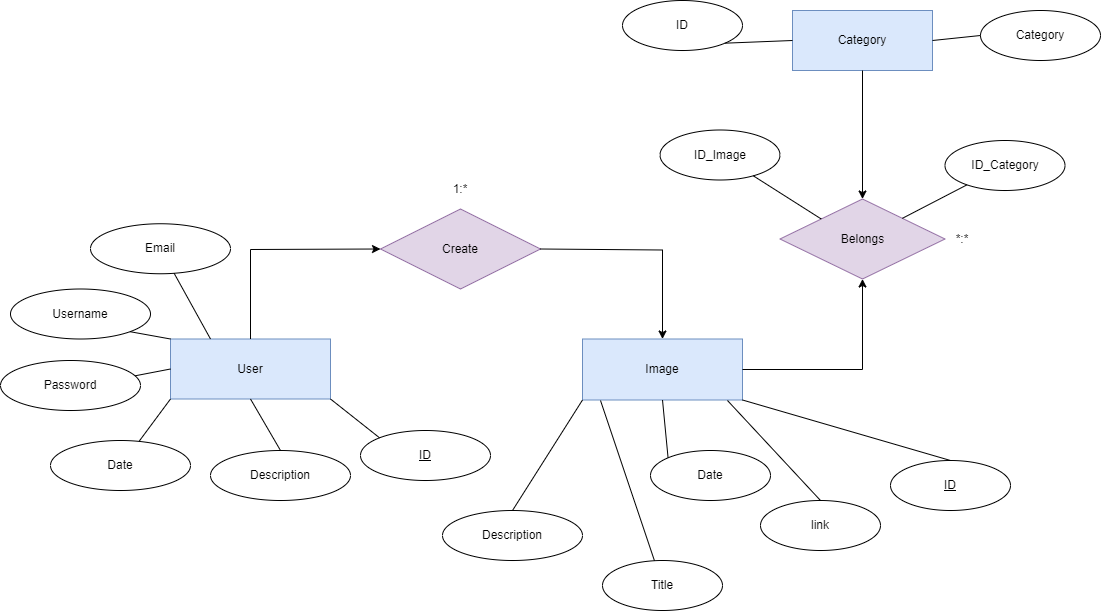
The draw.io diagram diagrams/calling-art-er-diagram.png in RicardoRobledo/calling-art-backend, before a commit. Source tidied: cells renumbered, new cells last; positions are measured from the earlier drawing's top-left corner, leaving out a move shared by most shapes.
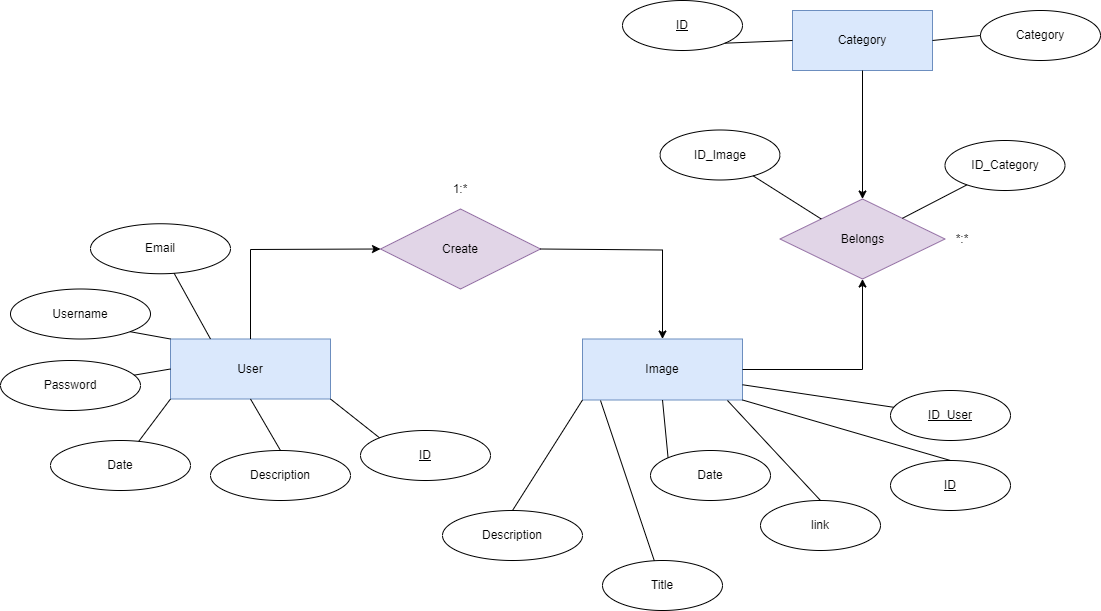
Later version of the same file.

Commit message:
feat(diagrams): 'calling-art-er-diagram' was updated

Diff of the diagram source:
```diff
@@ -83,7 +83,7 @@
     <mxCell id="24" style="endArrow=none;html=1;rounded=0;exitX=1;exitY=1;exitDx=0;exitDy=0;entryX=0;entryY=0;entryDx=0;entryDy=0;" parent="1" edge="1" source="2" target="23">
       <mxGeometry relative="1" as="geometry" />
     </mxCell>
-    <mxCell id="25" value="ID" style="ellipse;whiteSpace=wrap;html=1;" parent="1" vertex="1">
+    <mxCell id="25" value="&lt;u&gt;ID&lt;/u&gt;" style="ellipse;whiteSpace=wrap;html=1;" parent="1" vertex="1">
       <mxGeometry x="622" width="120" height="50" as="geometry" />
     </mxCell>
     <mxCell id="26" style="endArrow=none;html=1;rounded=0;entryX=1;entryY=1;entryDx=0;entryDy=0;exitX=0;exitY=0.5;exitDx=0;exitDy=0;" parent="1" edge="1" source="8" target="25">
@@ -139,5 +139,11 @@
     <mxCell id="42" style="endArrow=none;html=1;rounded=0;entryX=0;entryY=0;entryDx=0;entryDy=0;" parent="1" edge="1" source="39" target="11">
       <mxGeometry relative="1" as="geometry" />
     </mxCell>
+    <mxCell id="43" value="&lt;u&gt;ID_User&lt;/u&gt;" style="ellipse;whiteSpace=wrap;html=1;" parent="1" vertex="1">
+      <mxGeometry x="890" y="390" width="120" height="50" as="geometry" />
+    </mxCell>
+    <mxCell id="44" style="endArrow=none;html=1;rounded=0;exitX=1;exitY=0.75;exitDx=0;exitDy=0;" parent="1" edge="1" source="3" target="43">
+      <mxGeometry relative="1" as="geometry" />
+    </mxCell>
   </root>
 </mxGraphModel>
```
